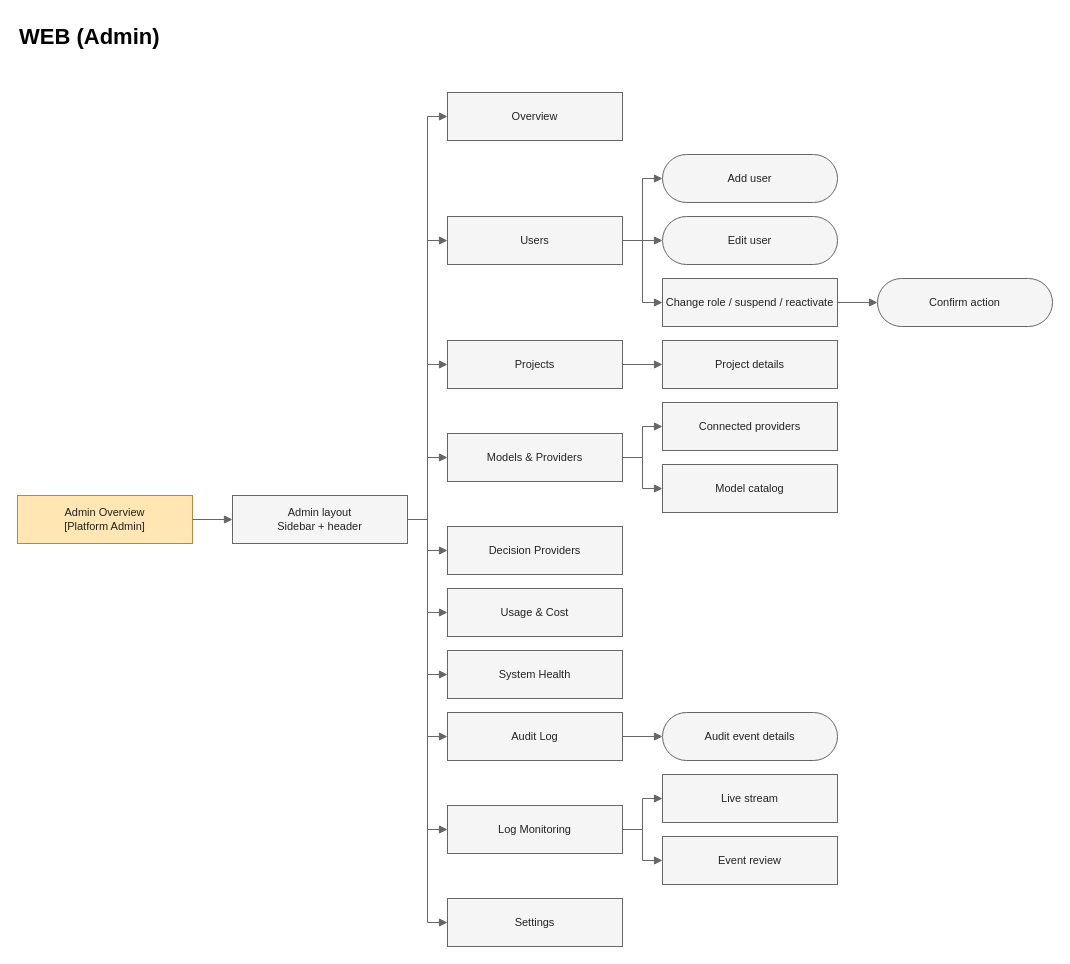
The draw.io diagram page "Admin" (3 of 8) of diagrams/02-screen-flow/Screen-Flow-Diagram.drawio in openai-scientist/docs, before the edit. Source tidied: cells renumbered, new cells numbered last; positions are measured from the earlier drawing's top-left corner, leaving out a move shared by most shapes. Both pictures are drawn from the tidied source at 100%, with x=0, y=0 at pixel (17, 17).
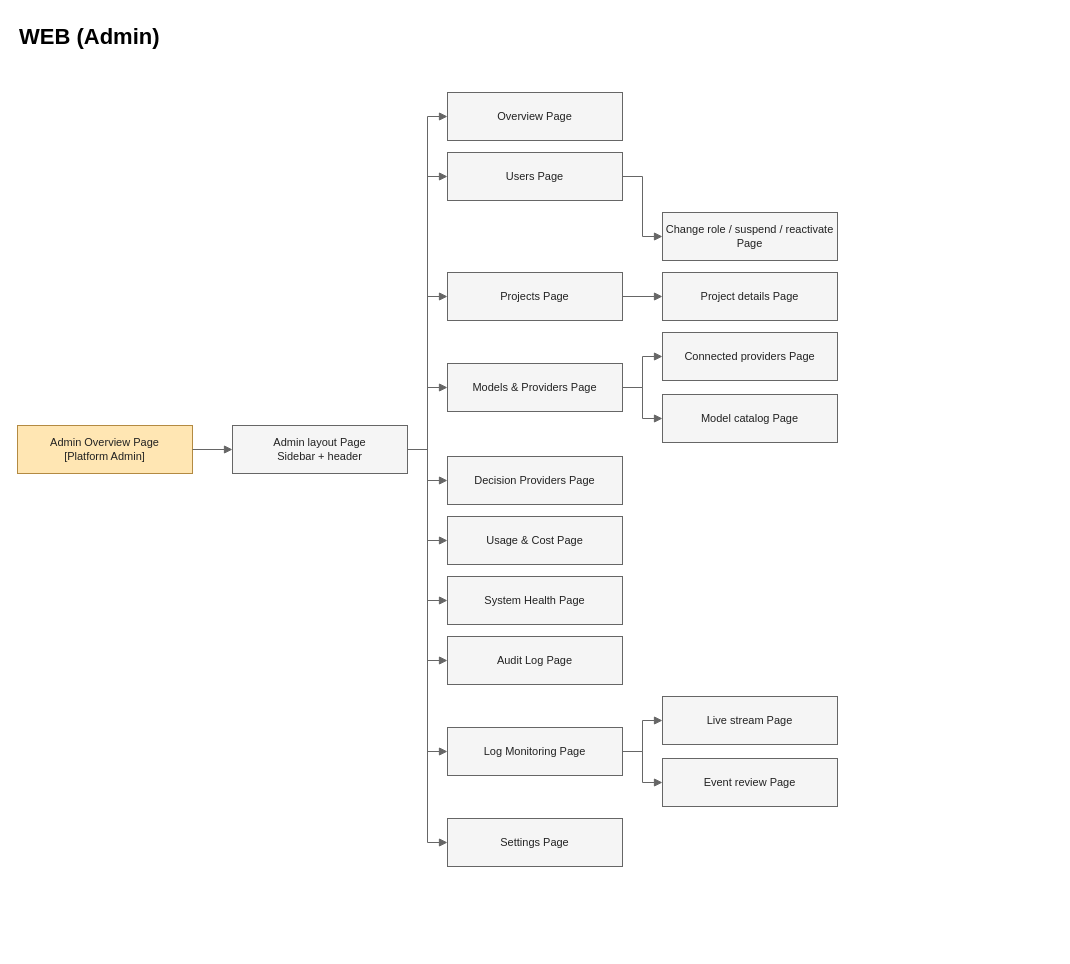
The same diagram, later.

What changed in the source:
```diff
@@
-    <mxCell id="3" value="Admin Overview&#10;[Platform Admin]" style="rounded=0;whiteSpace=wrap;html=1;fillColor=#f5f5f5;strokeColor=#666666;fontColor=#222222;fontFamily=Arial;fontSize=11;fillColor=#ffe6b3;strokeColor=#b38a42;" parent="1" vertex="1">
-      <mxGeometry y="478" width="175" height="48" as="geometry" />
+    <mxCell id="3" value="Admin Overview Page&#10;[Platform Admin]" style="rounded=0;whiteSpace=wrap;html=1;fillColor=#f5f5f5;strokeColor=#666666;fontColor=#222222;fontFamily=Arial;fontSize=11;fillColor=#ffe6b3;strokeColor=#b38a42;" parent="1" vertex="1">
+      <mxGeometry y="408" width="175" height="48" as="geometry" />
     </mxCell>
-    <mxCell id="4" value="Admin layout&#10;Sidebar + header" style="rounded=0;whiteSpace=wrap;html=1;fillColor=#f5f5f5;strokeColor=#666666;fontColor=#222222;fontFamily=Arial;fontSize=11;" parent="1" vertex="1">
-      <mxGeometry x="215" y="478" width="175" height="48" as="geometry" />
+    <mxCell id="4" value="Admin layout Page&#10;Sidebar + header" style="rounded=0;whiteSpace=wrap;html=1;fillColor=#f5f5f5;strokeColor=#666666;fontColor=#222222;fontFamily=Arial;fontSize=11;" parent="1" vertex="1">
+      <mxGeometry x="215" y="408" width="175" height="48" as="geometry" />
     </mxCell>
-    <mxCell id="5" value="Overview" style="rounded=0;whiteSpace=wrap;html=1;fillColor=#f5f5f5;strokeColor=#666666;fontColor=#222222;fontFamily=Arial;fontSize=11;" parent="1" vertex="1">
+    <mxCell id="5" value="Overview Page" style="rounded=0;whiteSpace=wrap;html=1;fillColor=#f5f5f5;strokeColor=#666666;fontColor=#222222;fontFamily=Arial;fontSize=11;" parent="1" vertex="1">
       <mxGeometry x="430" y="75" width="175" height="48" as="geometry" />
     </mxCell>
-    <mxCell id="6" value="Users" style="rounded=0;whiteSpace=wrap;html=1;fillColor=#f5f5f5;strokeColor=#666666;fontColor=#222222;fontFamily=Arial;fontSize=11;" parent="1" vertex="1">
-      <mxGeometry x="430" y="199" width="175" height="48" as="geometry" />
+    <mxCell id="6" value="Users Page" style="rounded=0;whiteSpace=wrap;html=1;fillColor=#f5f5f5;strokeColor=#666666;fontColor=#222222;fontFamily=Arial;fontSize=11;" parent="1" vertex="1">
+      <mxGeometry x="430" y="135" width="175" height="48" as="geometry" />
     </mxCell>
-    <mxCell id="7" value="Add user" style="rounded=0;whiteSpace=wrap;html=1;fillColor=#f5f5f5;strokeColor=#666666;fontColor=#222222;fontFamily=Arial;fontSize=11;rounded=1;arcSize=50;" parent="1" vertex="1">
-      <mxGeometry x="645" y="137" width="175" height="48" as="geometry" />
-    </mxCell>
-    <mxCell id="8" value="Edit user" style="rounded=0;whiteSpace=wrap;html=1;fillColor=#f5f5f5;strokeColor=#666666;fontColor=#222222;fontFamily=Arial;fontSize=11;rounded=1;arcSize=50;" parent="1" vertex="1">
-      <mxGeometry x="645" y="199" width="175" height="48" as="geometry" />
-    </mxCell>
-    <mxCell id="9" value="Change role / suspend / reactivate" style="rounded=0;whiteSpace=wrap;html=1;fillColor=#f5f5f5;strokeColor=#666666;fontColor=#222222;fontFamily=Arial;fontSize=11;" parent="1" vertex="1">
-      <mxGeometry x="645" y="261" width="175" height="48" as="geometry" />
+    <mxCell id="9" value="Change role / suspend / reactivate Page" style="rounded=0;whiteSpace=wrap;html=1;fillColor=#f5f5f5;strokeColor=#666666;fontColor=#222222;fontFamily=Arial;fontSize=11;" parent="1" vertex="1">
+      <mxGeometry x="645" y="195" width="175" height="48" as="geometry" />
     </mxCell>
-    <mxCell id="10" value="Confirm action" style="rounded=0;whiteSpace=wrap;html=1;fillColor=#f5f5f5;strokeColor=#666666;fontColor=#222222;fontFamily=Arial;fontSize=11;rounded=1;arcSize=50;" parent="1" vertex="1">
-      <mxGeometry x="860" y="261" width="175" height="48" as="geometry" />
-    </mxCell>
-    <mxCell id="11" value="Projects" style="rounded=0;whiteSpace=wrap;html=1;fillColor=#f5f5f5;strokeColor=#666666;fontColor=#222222;fontFamily=Arial;fontSize=11;" parent="1" vertex="1">
-      <mxGeometry x="430" y="323" width="175" height="48" as="geometry" />
+    <mxCell id="11" value="Projects Page" style="rounded=0;whiteSpace=wrap;html=1;fillColor=#f5f5f5;strokeColor=#666666;fontColor=#222222;fontFamily=Arial;fontSize=11;" parent="1" vertex="1">
+      <mxGeometry x="430" y="255" width="175" height="48" as="geometry" />
     </mxCell>
-    <mxCell id="12" value="Project details" style="rounded=0;whiteSpace=wrap;html=1;fillColor=#f5f5f5;strokeColor=#666666;fontColor=#222222;fontFamily=Arial;fontSize=11;" parent="1" vertex="1">
-      <mxGeometry x="645" y="323" width="175" height="48" as="geometry" />
+    <mxCell id="12" value="Project details Page" style="rounded=0;whiteSpace=wrap;html=1;fillColor=#f5f5f5;strokeColor=#666666;fontColor=#222222;fontFamily=Arial;fontSize=11;" parent="1" vertex="1">
+      <mxGeometry x="645" y="255" width="175" height="48" as="geometry" />
     </mxCell>
-    <mxCell id="13" value="Models &amp; Providers" style="rounded=0;whiteSpace=wrap;html=1;fillColor=#f5f5f5;strokeColor=#666666;fontColor=#222222;fontFamily=Arial;fontSize=11;" parent="1" vertex="1">
-      <mxGeometry x="430" y="416" width="175" height="48" as="geometry" />
+    <mxCell id="13" value="Models &amp; Providers Page" style="rounded=0;whiteSpace=wrap;html=1;fillColor=#f5f5f5;strokeColor=#666666;fontColor=#222222;fontFamily=Arial;fontSize=11;" parent="1" vertex="1">
+      <mxGeometry x="430" y="346" width="175" height="48" as="geometry" />
     </mxCell>
-    <mxCell id="14" value="Connected providers" style="rounded=0;whiteSpace=wrap;html=1;fillColor=#f5f5f5;strokeColor=#666666;fontColor=#222222;fontFamily=Arial;fontSize=11;" parent="1" vertex="1">
-      <mxGeometry x="645" y="385" width="175" height="48" as="geometry" />
+    <mxCell id="14" value="Connected providers Page" style="rounded=0;whiteSpace=wrap;html=1;fillColor=#f5f5f5;strokeColor=#666666;fontColor=#222222;fontFamily=Arial;fontSize=11;" parent="1" vertex="1">
+      <mxGeometry x="645" y="315" width="175" height="48" as="geometry" />
     </mxCell>
-    <mxCell id="15" value="Model catalog" style="rounded=0;whiteSpace=wrap;html=1;fillColor=#f5f5f5;strokeColor=#666666;fontColor=#222222;fontFamily=Arial;fontSize=11;" parent="1" vertex="1">
-      <mxGeometry x="645" y="447" width="175" height="48" as="geometry" />
+    <mxCell id="15" value="Model catalog Page" style="rounded=0;whiteSpace=wrap;html=1;fillColor=#f5f5f5;strokeColor=#666666;fontColor=#222222;fontFamily=Arial;fontSize=11;" parent="1" vertex="1">
+      <mxGeometry x="645" y="377" width="175" height="48" as="geometry" />
     </mxCell>
-    <mxCell id="16" value="Decision Providers" style="rounded=0;whiteSpace=wrap;html=1;fillColor=#f5f5f5;strokeColor=#666666;fontColor=#222222;fontFamily=Arial;fontSize=11;" parent="1" vertex="1">
-      <mxGeometry x="430" y="509" width="175" height="48" as="geometry" />
+    <mxCell id="16" value="Decision Providers Page" style="rounded=0;whiteSpace=wrap;html=1;fillColor=#f5f5f5;strokeColor=#666666;fontColor=#222222;fontFamily=Arial;fontSize=11;" parent="1" vertex="1">
+      <mxGeometry x="430" y="439" width="175" height="48" as="geometry" />
     </mxCell>
-    <mxCell id="17" value="Usage &amp; Cost" style="rounded=0;whiteSpace=wrap;html=1;fillColor=#f5f5f5;strokeColor=#666666;fontColor=#222222;fontFamily=Arial;fontSize=11;" parent="1" vertex="1">
-      <mxGeometry x="430" y="571" width="175" height="48" as="geometry" />
+    <mxCell id="17" value="Usage &amp; Cost Page" style="rounded=0;whiteSpace=wrap;html=1;fillColor=#f5f5f5;strokeColor=#666666;fontColor=#222222;fontFamily=Arial;fontSize=11;" parent="1" vertex="1">
+      <mxGeometry x="430" y="499" width="175" height="48" as="geometry" />
     </mxCell>
-    <mxCell id="18" value="System Health" style="rounded=0;whiteSpace=wrap;html=1;fillColor=#f5f5f5;strokeColor=#666666;fontColor=#222222;fontFamily=Arial;fontSize=11;" parent="1" vertex="1">
-      <mxGeometry x="430" y="633" width="175" height="48" as="geometry" />
+    <mxCell id="18" value="System Health Page" style="rounded=0;whiteSpace=wrap;html=1;fillColor=#f5f5f5;strokeColor=#666666;fontColor=#222222;fontFamily=Arial;fontSize=11;" parent="1" vertex="1">
+      <mxGeometry x="430" y="559" width="175" height="48" as="geometry" />
     </mxCell>
-    <mxCell id="19" value="Audit Log" style="rounded=0;whiteSpace=wrap;html=1;fillColor=#f5f5f5;strokeColor=#666666;fontColor=#222222;fontFamily=Arial;fontSize=11;" parent="1" vertex="1">
-      <mxGeometry x="430" y="695" width="175" height="48" as="geometry" />
+    <mxCell id="19" value="Audit Log Page" style="rounded=0;whiteSpace=wrap;html=1;fillColor=#f5f5f5;strokeColor=#666666;fontColor=#222222;fontFamily=Arial;fontSize=11;" parent="1" vertex="1">
+      <mxGeometry x="430" y="619" width="175" height="48" as="geometry" />
     </mxCell>
-    <mxCell id="20" value="Audit event details" style="rounded=0;whiteSpace=wrap;html=1;fillColor=#f5f5f5;strokeColor=#666666;fontColor=#222222;fontFamily=Arial;fontSize=11;rounded=1;arcSize=50;" parent="1" vertex="1">
-      <mxGeometry x="645" y="695" width="175" height="48" as="geometry" />
-    </mxCell>
-    <mxCell id="21" value="Log Monitoring" style="rounded=0;whiteSpace=wrap;html=1;fillColor=#f5f5f5;strokeColor=#666666;fontColor=#222222;fontFamily=Arial;fontSize=11;" parent="1" vertex="1">
-      <mxGeometry x="430" y="788" width="175" height="48" as="geometry" />
+    <mxCell id="21" value="Log Monitoring Page" style="rounded=0;whiteSpace=wrap;html=1;fillColor=#f5f5f5;strokeColor=#666666;fontColor=#222222;fontFamily=Arial;fontSize=11;" parent="1" vertex="1">
+      <mxGeometry x="430" y="710" width="175" height="48" as="geometry" />
     </mxCell>
-    <mxCell id="22" value="Live stream" style="rounded=0;whiteSpace=wrap;html=1;fillColor=#f5f5f5;strokeColor=#666666;fontColor=#222222;fontFamily=Arial;fontSize=11;" parent="1" vertex="1">
-      <mxGeometry x="645" y="757" width="175" height="48" as="geometry" />
+    <mxCell id="22" value="Live stream Page" style="rounded=0;whiteSpace=wrap;html=1;fillColor=#f5f5f5;strokeColor=#666666;fontColor=#222222;fontFamily=Arial;fontSize=11;" parent="1" vertex="1">
+      <mxGeometry x="645" y="679" width="175" height="48" as="geometry" />
     </mxCell>
-    <mxCell id="23" value="Event review" style="rounded=0;whiteSpace=wrap;html=1;fillColor=#f5f5f5;strokeColor=#666666;fontColor=#222222;fontFamily=Arial;fontSize=11;" parent="1" vertex="1">
-      <mxGeometry x="645" y="819" width="175" height="48" as="geometry" />
+    <mxCell id="23" value="Event review Page" style="rounded=0;whiteSpace=wrap;html=1;fillColor=#f5f5f5;strokeColor=#666666;fontColor=#222222;fontFamily=Arial;fontSize=11;" parent="1" vertex="1">
+      <mxGeometry x="645" y="741" width="175" height="48" as="geometry" />
     </mxCell>
-    <mxCell id="24" value="Settings" style="rounded=0;whiteSpace=wrap;html=1;fillColor=#f5f5f5;strokeColor=#666666;fontColor=#222222;fontFamily=Arial;fontSize=11;" parent="1" vertex="1">
-      <mxGeometry x="430" y="881" width="175" height="48" as="geometry" />
+    <mxCell id="24" value="Settings Page" style="rounded=0;whiteSpace=wrap;html=1;fillColor=#f5f5f5;strokeColor=#666666;fontColor=#222222;fontFamily=Arial;fontSize=11;" parent="1" vertex="1">
+      <mxGeometry x="430" y="801" width="175" height="48" as="geometry" />
     </mxCell>
@@
-    <mxCell id="28" style="edgeStyle=orthogonalEdgeStyle;rounded=0;html=1;endArrow=block;endFill=1;strokeColor=#666666;exitX=1;exitY=0.5;entryX=0;entryY=0.5;" parent="1" edge="1" source="6" target="7">
-      <mxGeometry relative="1" as="geometry" />
-    </mxCell>
-    <mxCell id="29" style="edgeStyle=orthogonalEdgeStyle;rounded=0;html=1;endArrow=block;endFill=1;strokeColor=#666666;exitX=1;exitY=0.5;entryX=0;entryY=0.5;" parent="1" edge="1" source="6" target="8">
-      <mxGeometry relative="1" as="geometry" />
-    </mxCell>
@@
-    <mxCell id="31" style="edgeStyle=orthogonalEdgeStyle;rounded=0;html=1;endArrow=block;endFill=1;strokeColor=#666666;exitX=1;exitY=0.5;entryX=0;entryY=0.5;" parent="1" edge="1" source="9" target="10">
-      <mxGeometry relative="1" as="geometry" />
-    </mxCell>
@@
-    <mxCell id="41" style="edgeStyle=orthogonalEdgeStyle;rounded=0;html=1;endArrow=block;endFill=1;strokeColor=#666666;exitX=1;exitY=0.5;entryX=0;entryY=0.5;" parent="1" edge="1" source="19" target="20">
-      <mxGeometry relative="1" as="geometry" />
-    </mxCell>
```
